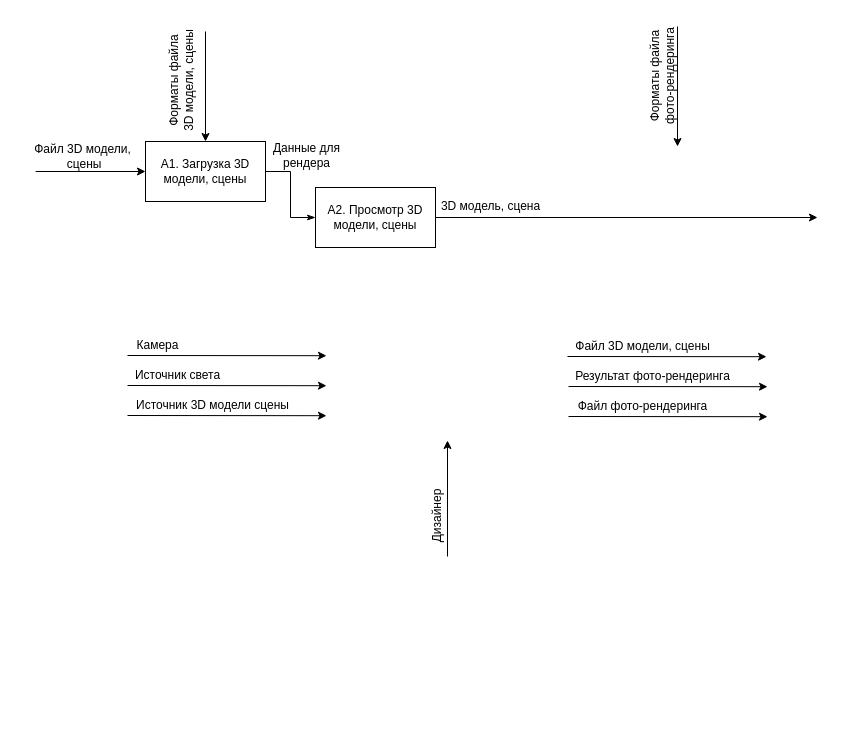
SheinEA/gb_architect keeps this draw.io diagram as page "A0_Details" (2 of 2) of module_2/IDEF0.drawio. Above is the earlier version. Source tidied: cells renumbered, new cells numbered last; positions are measured from the earlier drawing's top-left corner, leaving out a move shared by most shapes. Both pictures are drawn from the tidied source at 100%, with x=0, y=0 at pixel (27, 26).
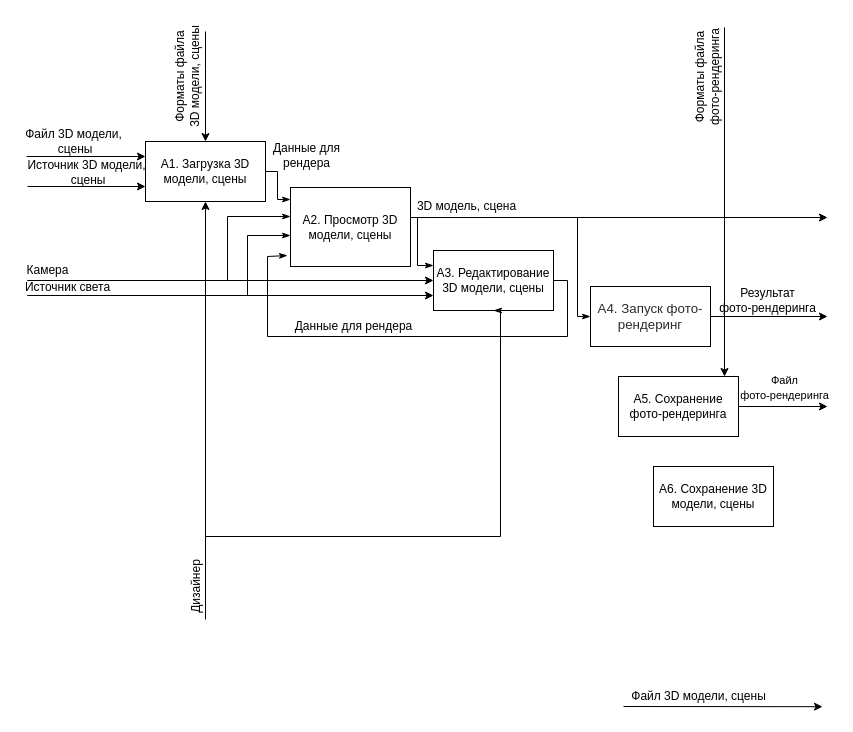
The same diagram, later.

Unchanged cells that the change refers to:
```xml
<mxCell id="25" value="&lt;span&gt;A1. Загрузка 3D модели, сцены&lt;/span&gt;" style="rounded=0;whiteSpace=wrap;html=1;" parent="1" vertex="1">
  <mxGeometry x="118" y="115" width="120" height="60" as="geometry" />
</mxCell>
```

Diff of the diagram source:
```diff
@@
-    <mxCell id="2" style="endArrow=classic;html=1;entryX=0;entryY=0.5;entryDx=0;entryDy=0;exitX=0.074;exitY=1;exitDx=0;exitDy=0;exitPerimeter=0;" parent="1" edge="1" source="3" target="25">
-      <mxGeometry relative="1" as="geometry" />
+    <mxCell id="2" style="endArrow=classic;html=1;entryX=0;entryY=0.25;entryDx=0;entryDy=0;" parent="1" edge="1" target="25">
+      <mxGeometry relative="1" as="geometry">
+        <mxPoint x="-1" y="130" as="sourcePoint" />
+      </mxGeometry>
     </mxCell>
     <mxCell id="3" value="Файл 3D модели,&lt;br&gt;&amp;nbsp;сцены" style="text;html=1;align=center;verticalAlign=middle;points=[];strokeColor=none;" parent="1" vertex="1">
-      <mxGeometry y="115" width="110" height="30" as="geometry" />
+      <mxGeometry x="-9" y="100" width="110" height="30" as="geometry" />
     </mxCell>
-    <mxCell id="4" style="endArrow=classic;html=1;exitX=1;exitY=0.5;exitDx=0;exitDy=0;" parent="1" edge="1" source="26">
+    <mxCell id="4" style="endArrow=classic;html=1;exitX=1.008;exitY=0.38;exitDx=0;exitDy=0;exitPerimeter=0;" parent="1" edge="1" source="26">
       <mxGeometry relative="1" as="geometry">
-        <mxPoint x="790" y="191" as="targetPoint" />
+        <mxPoint x="800" y="191" as="targetPoint" />
       </mxGeometry>
     </mxCell>
     <mxCell id="5" value="3D модель, сцена" style="text;html=1;align=center;verticalAlign=middle;strokeColor=none;" parent="1" vertex="1">
-      <mxGeometry x="408" y="170" width="110" height="20" as="geometry" />
+      <mxGeometry x="384" y="170" width="110" height="20" as="geometry" />
     </mxCell>
@@
     <mxCell id="7" value="Форматы файла&lt;br&gt;3D модели, сцены" style="text;html=1;align=center;verticalAlign=middle;strokeColor=none;rotation=-90;" parent="1" vertex="1">
-      <mxGeometry x="93.5" y="40" width="120" height="30" as="geometry" />
+      <mxGeometry x="99.5" y="36" width="120" height="30" as="geometry" />
     </mxCell>
-    <mxCell id="8" style="endArrow=classic;html=1;" parent="1" edge="1">
+    <mxCell id="8" style="endArrow=classic;html=1;" parent="1" edge="1" target="25">
       <mxGeometry relative="1" as="geometry">
-        <mxPoint x="420" y="530" as="sourcePoint" />
-        <mxPoint x="420" y="414" as="targetPoint" />
+        <mxPoint x="178" y="590" as="sourcePoint" />
       </mxGeometry>
     </mxCell>
     <mxCell id="9" value="Дизайнер" style="text;html=1;align=center;verticalAlign=middle;strokeColor=none;rotation=-90;" parent="1" vertex="1">
-      <mxGeometry x="375" y="480" width="70" height="20" as="geometry" />
+      <mxGeometry x="133.5" y="551" width="70" height="20" as="geometry" />
     </mxCell>
     <mxCell id="10" style="endArrow=classic;html=1;entryX=-0.004;entryY=0.067;entryDx=0;entryDy=0;entryPerimeter=0;" parent="1" edge="1">
       <mxGeometry relative="1" as="geometry">
-        <mxPoint x="540" y="330" as="sourcePoint" />
-        <mxPoint x="739" y="330.2" as="targetPoint" />
+        <mxPoint x="596" y="680" as="sourcePoint" />
+        <mxPoint x="795" y="680.2" as="targetPoint" />
       </mxGeometry>
     </mxCell>
     <mxCell id="11" value="Файл 3D модели, сцены" style="text;html=1;align=center;verticalAlign=middle;strokeColor=none;" parent="1" vertex="1">
-      <mxGeometry x="540" y="310" width="150" height="20" as="geometry" />
+      <mxGeometry x="596" y="660" width="150" height="20" as="geometry" />
     </mxCell>
-    <mxCell id="12" style="endArrow=classic;html=1;entryX=-0.004;entryY=0.067;entryDx=0;entryDy=0;entryPerimeter=0;" parent="1" edge="1">
+    <mxCell id="12" style="endArrow=classic;html=1;" parent="1" edge="1" source="36">
       <mxGeometry relative="1" as="geometry">
-        <mxPoint x="541" y="360" as="sourcePoint" />
-        <mxPoint x="740" y="360.2" as="targetPoint" />
+        <mxPoint x="800" y="290" as="targetPoint" />
       </mxGeometry>
     </mxCell>
-    <mxCell id="13" value="Результат фото-рендеринга" style="text;html=1;align=center;verticalAlign=middle;strokeColor=none;" parent="1" vertex="1">
-      <mxGeometry x="540" y="340" width="170" height="20" as="geometry" />
+    <mxCell id="13" value="Результат &lt;br&gt;фото-рендеринга" style="text;html=1;align=center;verticalAlign=middle;strokeColor=none;" parent="1" vertex="1">
+      <mxGeometry x="685" y="259" width="110" height="30" as="geometry" />
     </mxCell>
-    <mxCell id="14" style="endArrow=classic;html=1;entryX=-0.004;entryY=0.067;entryDx=0;entryDy=0;entryPerimeter=0;" parent="1" edge="1">
+    <mxCell id="14" style="endArrow=classic;html=1;" parent="1" edge="1" source="38">
       <mxGeometry relative="1" as="geometry">
-        <mxPoint x="541" y="390" as="sourcePoint" />
-        <mxPoint x="740" y="390.2" as="targetPoint" />
+        <mxPoint x="800" y="380" as="targetPoint" />
       </mxGeometry>
     </mxCell>
-    <mxCell id="15" value="Файл фото-рендеринга" style="text;html=1;align=center;verticalAlign=middle;strokeColor=none;" parent="1" vertex="1">
-      <mxGeometry x="540" y="370" width="150" height="20" as="geometry" />
+    <mxCell id="15" value="&lt;font style=&quot;font-size: 11px&quot;&gt;Файл &lt;br&gt;фото-рендеринга&lt;/font&gt;" style="text;html=1;align=center;verticalAlign=middle;strokeColor=none;" parent="1" vertex="1">
+      <mxGeometry x="707" y="346" width="100" height="30" as="geometry" />
     </mxCell>
-    <mxCell id="16" style="endArrow=classic;html=1;entryX=0.5;entryY=0;entryDx=0;entryDy=0;" parent="1" edge="1">
+    <mxCell id="16" style="endArrow=classic;html=1;" parent="1" edge="1">
       <mxGeometry relative="1" as="geometry">
-        <mxPoint x="650" as="sourcePoint" />
-        <mxPoint x="650" y="120" as="targetPoint" />
+        <mxPoint x="697" y="1" as="sourcePoint" />
+        <mxPoint x="697" y="350" as="targetPoint" />
       </mxGeometry>
     </mxCell>
     <mxCell id="17" value="Форматы файла &lt;br&gt;фото-рендеринга" style="text;html=1;align=center;verticalAlign=middle;strokeColor=none;rotation=-90;" parent="1" vertex="1">
-      <mxGeometry x="580" y="35" width="110" height="30" as="geometry" />
+      <mxGeometry x="625" y="36" width="110" height="30" as="geometry" />
     </mxCell>
-    <mxCell id="18" style="endArrow=classic;html=1;entryX=-0.004;entryY=0.067;entryDx=0;entryDy=0;entryPerimeter=0;" parent="1" edge="1">
+    <mxCell id="18" style="endArrow=classic;html=1;entryX=0;entryY=0.5;entryDx=0;entryDy=0;" parent="1" edge="1" target="31">
       <mxGeometry relative="1" as="geometry">
-        <mxPoint x="100" y="329" as="sourcePoint" />
-        <mxPoint x="299" y="329.2" as="targetPoint" />
+        <mxPoint y="254" as="sourcePoint" />
       </mxGeometry>
     </mxCell>
     <mxCell id="19" value="Камера" style="text;html=1;align=center;verticalAlign=middle;points=[];strokeColor=none;" parent="1" vertex="1">
-      <mxGeometry x="100" y="309" width="60" height="20" as="geometry" />
+      <mxGeometry x="-10" y="234" width="60" height="20" as="geometry" />
     </mxCell>
-    <mxCell id="20" style="endArrow=classic;html=1;entryX=-0.004;entryY=0.067;entryDx=0;entryDy=0;entryPerimeter=0;" parent="1" edge="1">
+    <mxCell id="20" style="endArrow=classic;html=1;entryX=0;entryY=0.75;entryDx=0;entryDy=0;" parent="1" edge="1" target="31">
       <mxGeometry relative="1" as="geometry">
-        <mxPoint x="100" y="359" as="sourcePoint" />
-        <mxPoint x="299" y="359.2" as="targetPoint" />
+        <mxPoint y="269" as="sourcePoint" />
       </mxGeometry>
     </mxCell>
     <mxCell id="21" value="Источник света" style="text;html=1;align=center;verticalAlign=middle;strokeColor=none;" parent="1" vertex="1">
-      <mxGeometry x="100" y="339" width="100" height="20" as="geometry" />
+      <mxGeometry x="-10" y="251" width="100" height="20" as="geometry" />
     </mxCell>
-    <mxCell id="22" style="endArrow=classic;html=1;entryX=-0.004;entryY=0.067;entryDx=0;entryDy=0;entryPerimeter=0;" parent="1" edge="1">
-      <mxGeometry relative="1" as="geometry">
-        <mxPoint x="100" y="389" as="sourcePoint" />
-        <mxPoint x="299" y="389.2" as="targetPoint" />
-      </mxGeometry>
+    <mxCell id="22" style="endArrow=classic;html=1;entryX=0;entryY=0.75;entryDx=0;entryDy=0;exitX=0.05;exitY=0.967;exitDx=0;exitDy=0;exitPerimeter=0;" parent="1" edge="1" source="23" target="25">
+      <mxGeometry relative="1" as="geometry" />
     </mxCell>
-    <mxCell id="23" value="Источник 3D модели сцены" style="text;html=1;align=center;verticalAlign=middle;points=[];strokeColor=none;" parent="1" vertex="1">
-      <mxGeometry x="100" y="369" width="170" height="20" as="geometry" />
+    <mxCell id="23" value="Источник 3D модели,&lt;br&gt;&amp;nbsp;сцены" style="text;html=1;align=center;verticalAlign=middle;points=[];strokeColor=none;" parent="1" vertex="1">
+      <mxGeometry x="-6.5" y="131" width="130" height="30" as="geometry" />
     </mxCell>
-    <mxCell id="24" style="edgeStyle=orthogonalEdgeStyle;rounded=0;jettySize=auto;html=1;exitX=1;exitY=0.5;exitDx=0;exitDy=0;entryX=0;entryY=0.5;entryDx=0;entryDy=0;endArrow=classicThin;endFill=1;" parent="1" edge="1" source="25" target="26">
-      <mxGeometry relative="1" as="geometry" />
+    <mxCell id="24" style="edgeStyle=orthogonalEdgeStyle;rounded=0;jettySize=auto;html=1;exitX=1;exitY=0.5;exitDx=0;exitDy=0;entryX=0;entryY=0.152;entryDx=0;entryDy=0;endArrow=classicThin;endFill=1;entryPerimeter=0;" parent="1" edge="1" source="25" target="26">
+      <mxGeometry relative="1" as="geometry">
+        <Array as="points">
+          <mxPoint x="250" y="145" />
+          <mxPoint x="250" y="173" />
+        </Array>
+      </mxGeometry>
     </mxCell>
@@
+    <mxCell id="28" style="edgeStyle=orthogonalEdgeStyle;rounded=0;jettySize=auto;html=1;entryX=0;entryY=0.25;entryDx=0;entryDy=0;endArrow=classicThin;endFill=1;" parent="1" edge="1" source="26" target="31">
+      <mxGeometry relative="1" as="geometry">
+        <Array as="points">
+          <mxPoint x="390" y="191" />
+          <mxPoint x="390" y="239" />
+        </Array>
+      </mxGeometry>
+    </mxCell>
+    <mxCell id="29" style="edgeStyle=orthogonalEdgeStyle;rounded=0;jettySize=auto;html=1;endArrow=classicThin;endFill=1;entryX=0;entryY=0.5;entryDx=0;entryDy=0;" parent="1" edge="1" target="36">
+      <mxGeometry relative="1" as="geometry">
+        <mxPoint x="394" y="191" as="sourcePoint" />
+        <Array as="points">
+          <mxPoint x="550" y="191" />
+          <mxPoint x="550" y="290" />
+        </Array>
+      </mxGeometry>
+    </mxCell>
     <mxCell id="26" value="&lt;span&gt;A2.&amp;nbsp;&lt;/span&gt;Просмотр 3D модели, сцены" style="rounded=0;whiteSpace=wrap;html=1;" parent="1" vertex="1">
-      <mxGeometry x="288" y="161" width="120" height="60" as="geometry" />
+      <mxGeometry x="263" y="161" width="120" height="79" as="geometry" />
     </mxCell>
@@
+    <mxCell id="30" style="edgeStyle=orthogonalEdgeStyle;rounded=0;jettySize=auto;html=1;endArrow=classicThin;endFill=1;entryX=-0.025;entryY=0.861;entryDx=0;entryDy=0;entryPerimeter=0;" parent="1" edge="1" source="31" target="26">
+      <mxGeometry relative="1" as="geometry">
+        <Array as="points">
+          <mxPoint x="540" y="254" />
+          <mxPoint x="540" y="310" />
+          <mxPoint x="240" y="310" />
+          <mxPoint x="240" y="230" />
+        </Array>
+      </mxGeometry>
+    </mxCell>
+    <mxCell id="31" value="&lt;span&gt;A3. Редактирование 3D модели, сцены&lt;/span&gt;" style="rounded=0;whiteSpace=wrap;html=1;" parent="1" vertex="1">
+      <mxGeometry x="406" y="224" width="120" height="60" as="geometry" />
+    </mxCell>
+    <mxCell id="32" value="Данные для рендера" style="text;html=1;align=center;verticalAlign=middle;strokeColor=none;" parent="1" vertex="1">
+      <mxGeometry x="261" y="290" width="130" height="20" as="geometry" />
+    </mxCell>
+    <mxCell id="33" style="edgeStyle=orthogonalEdgeStyle;rounded=0;jettySize=auto;html=1;endArrow=classicThin;endFill=1;exitX=0.167;exitY=1;exitDx=0;exitDy=0;exitPerimeter=0;" parent="1" edge="1" source="19" target="26">
+      <mxGeometry relative="1" as="geometry">
+        <Array as="points">
+          <mxPoint x="200" y="254" />
+          <mxPoint x="200" y="190" />
+        </Array>
+      </mxGeometry>
+    </mxCell>
+    <mxCell id="34" style="edgeStyle=orthogonalEdgeStyle;rounded=0;jettySize=auto;html=1;endArrow=classicThin;endFill=1;" parent="1" edge="1" target="26">
+      <mxGeometry relative="1" as="geometry">
+        <mxPoint y="269" as="sourcePoint" />
+        <Array as="points">
+          <mxPoint x="220" y="269" />
+          <mxPoint x="220" y="209" />
+        </Array>
+      </mxGeometry>
+    </mxCell>
+    <mxCell id="35" style="edgeStyle=orthogonalEdgeStyle;rounded=0;jettySize=auto;html=1;endArrow=classicThin;endFill=1;exitX=0.043;exitY=1.127;exitDx=0;exitDy=0;exitPerimeter=0;entryX=0.5;entryY=1;entryDx=0;entryDy=0;" parent="1" edge="1" target="31">
+      <mxGeometry relative="1" as="geometry">
+        <mxPoint x="178" y="593" as="sourcePoint" />
+        <Array as="points">
+          <mxPoint x="178" y="510" />
+          <mxPoint x="473" y="510" />
+        </Array>
+      </mxGeometry>
+    </mxCell>
+    <mxCell id="36" value="&lt;span style=&quot;color: rgb(44 , 45 , 48) ; font-family: &amp;#34;arial&amp;#34; ; font-size: 13.3333px&quot;&gt;A4. Запуск фото- рендеринг&lt;/span&gt;" style="rounded=0;whiteSpace=wrap;html=1;" parent="1" vertex="1">
+      <mxGeometry x="563" y="260" width="120" height="60" as="geometry" />
+    </mxCell>
+    <mxCell id="37" value="A6. Сохранение 3D модели, сцены" style="rounded=0;whiteSpace=wrap;html=1;" parent="1" vertex="1">
+      <mxGeometry x="626" y="440" width="120" height="60" as="geometry" />
+    </mxCell>
+    <mxCell id="38" value="A5. Сохранение фото-рендеринга" style="rounded=0;whiteSpace=wrap;html=1;" parent="1" vertex="1">
+      <mxGeometry x="591" y="350" width="120" height="60" as="geometry" />
+    </mxCell>
```
